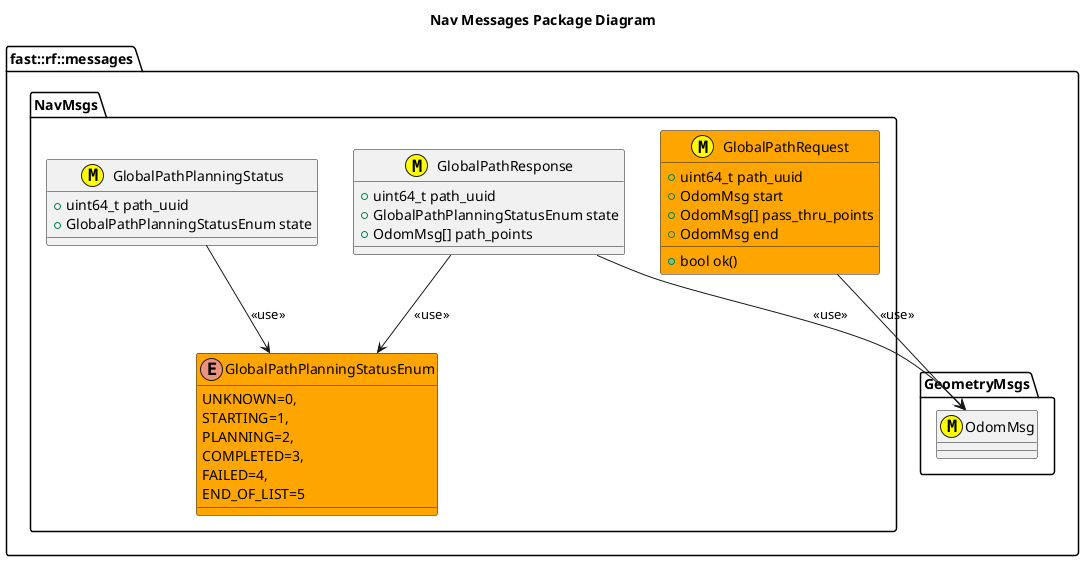
Earlier version of the PlantUML export msgs/NavMsgs/doc/puml/NavMessagesClassDiagram.png (fastrobotics/robot_framework). The source it was exported from:
```plantuml
@startuml
title Nav Messages Package Diagram

namespace fast::rf::messages {
  namespace GeometryMsgs {
    class OdomMsg <<(M,#FFFF00)>>
  }
  namespace NavMsgs  {
    class GlobalPathRequest <<(M,#FFFF00)>> #Orange {
      +uint64_t path_uuid
      +OdomMsg start
      +OdomMsg[] pass_thru_points
      +OdomMsg end
      +bool ok()

    }
    enum GlobalPathPlanningStatusEnum #Orange
    {
      UNKNOWN=0,
      STARTING=1,
      PLANNING=2,
      COMPLETED=3,
      FAILED=4,
      END_OF_LIST=5

    }
    GlobalPathRequest --> OdomMsg: <<use>>
    class GlobalPathResponse <<(M,#FFFF00)>> {
      +uint64_t path_uuid
      +GlobalPathPlanningStatusEnum state
      +OdomMsg[] path_points
    }
    GlobalPathResponse --> OdomMsg: <<use>>
    GlobalPathResponse --> GlobalPathPlanningStatusEnum: <<use>>
    class GlobalPathPlanningStatus <<(M,#FFFF00)>> {
      +uint64_t path_uuid
      +GlobalPathPlanningStatusEnum state
    }
    GlobalPathPlanningStatus --> GlobalPathPlanningStatusEnum: <<use>>
  }
}
@enduml
```
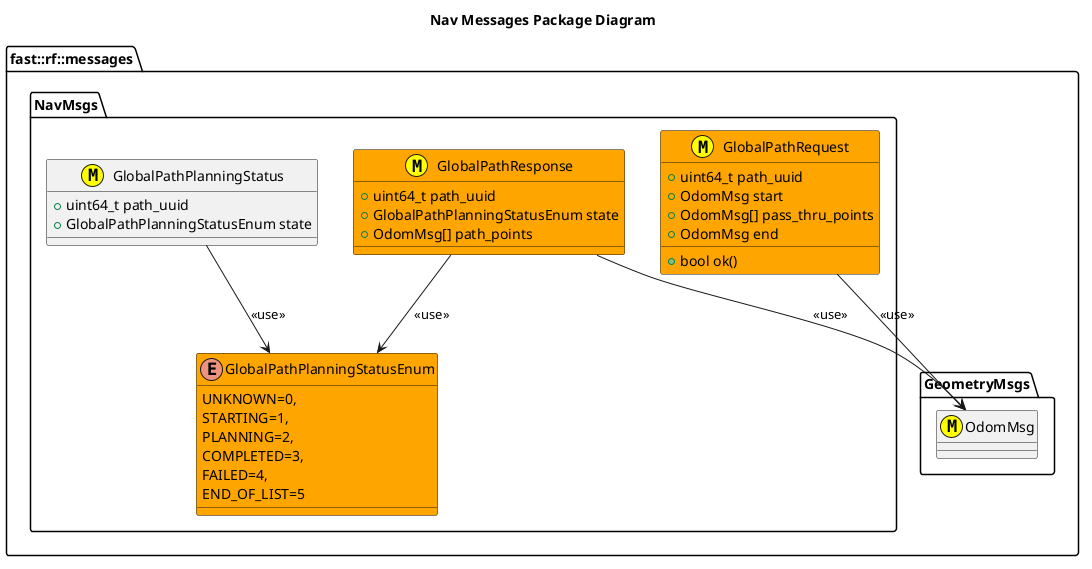
The same diagram one commit later.

Change to the diagram source:
```diff
@@ -25,7 +25,7 @@
 
     }
     GlobalPathRequest --> OdomMsg: <<use>>
-    class GlobalPathResponse <<(M,#FFFF00)>> {
+    class GlobalPathResponse <<(M,#FFFF00)>> #Orange {
       +uint64_t path_uuid
       +GlobalPathPlanningStatusEnum state
       +OdomMsg[] path_points
```
